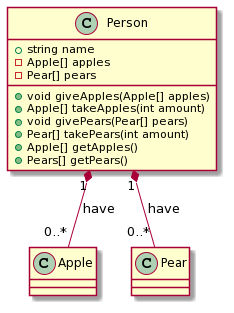
Earlier version of the PlantUML export more/uml/images/cd01.png (EgorBanin/EgorBanin.github.io).
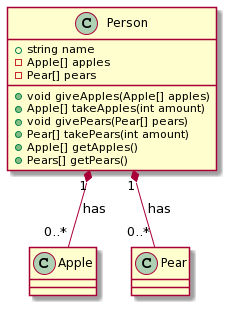
Later version of the same file.

The edit, as a diff of the source:
```diff
@@ -13,6 +13,6 @@
 class Apple {}
 class Pear {}
 
-Person "1" *-- "0..*" Apple: have
-Person "1" *-- "0..*" Pear: have
+Person "1" *-- "0..*" Apple: has
+Person "1" *-- "0..*" Pear: has
 @enduml
```
